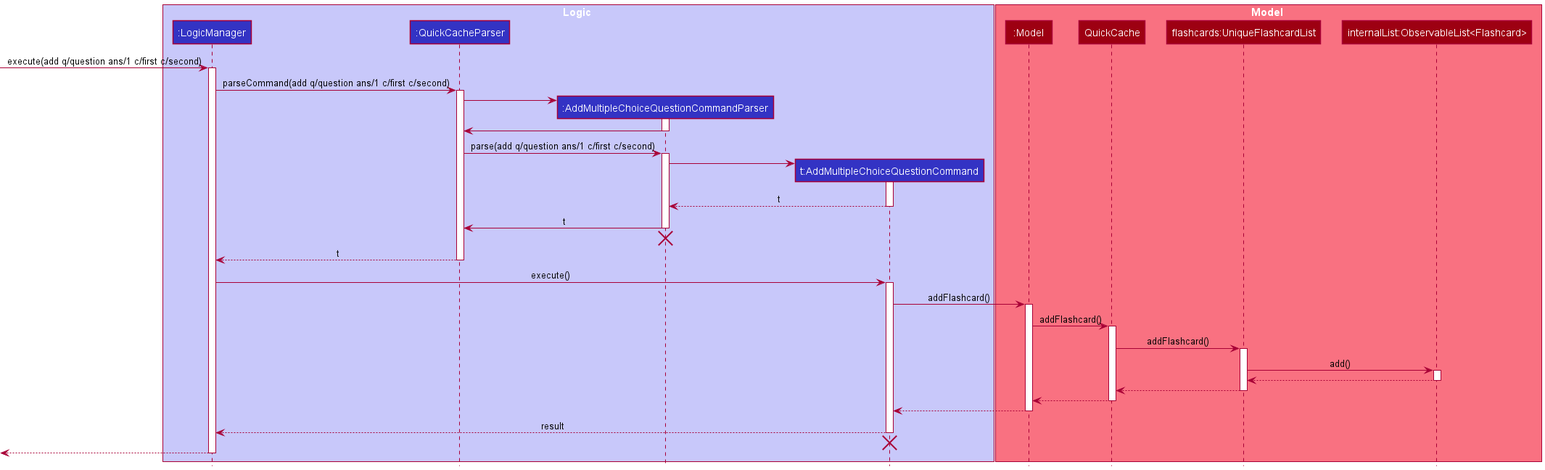
nus-cs2103-AY2021S1/tp keeps this PlantUML diagram as docs/images/AddMcqSequenceDiagram.png. Above is the earlier version.
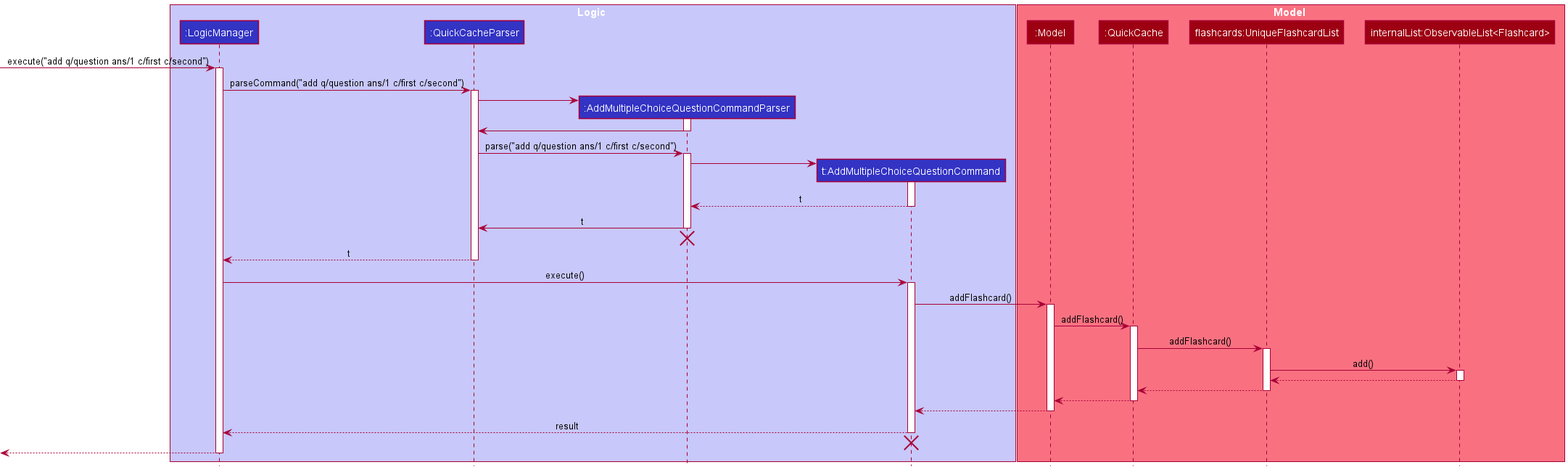
Above is the later version.

Commit message:
Fixed missing semicolon in diagram

The edit, as a diff of the source:
```diff
@@ -10,14 +10,14 @@
 
 box Model MODEL_COLOR_T1
 participant ":Model" as Model MODEL_COLOR
-participant "QuickCache" as QuickCache MODEL_COLOR
+participant ":QuickCache" as QuickCache MODEL_COLOR
 participant "flashcards:UniqueFlashcardList" as Flashcards MODEL_COLOR
 participant "internalList:ObservableList<Flashcard>" as ObservableList MODEL_COLOR
 end box
-[-> LogicManager : execute(add q/question ans/1 c/first c/second)
+[-> LogicManager : execute("add q/question ans/1 c/first c/second")
 activate LogicManager
 
-LogicManager -> QuickCacheParser : parseCommand(add q/question ans/1 c/first c/second)
+LogicManager -> QuickCacheParser : parseCommand("add q/question ans/1 c/first c/second")
 activate QuickCacheParser
 
 create AddMultipleChoiceQuestionCommandParser
@@ -27,7 +27,7 @@
 AddMultipleChoiceQuestionCommandParser -> QuickCacheParser
 deactivate AddMultipleChoiceQuestionCommandParser
 
-QuickCacheParser -> AddMultipleChoiceQuestionCommandParser : parse(add q/question ans/1 c/first c/second)
+QuickCacheParser -> AddMultipleChoiceQuestionCommandParser : parse("add q/question ans/1 c/first c/second")
 activate AddMultipleChoiceQuestionCommandParser
 
 create AddMultipleChoiceQuestionCommand
```
